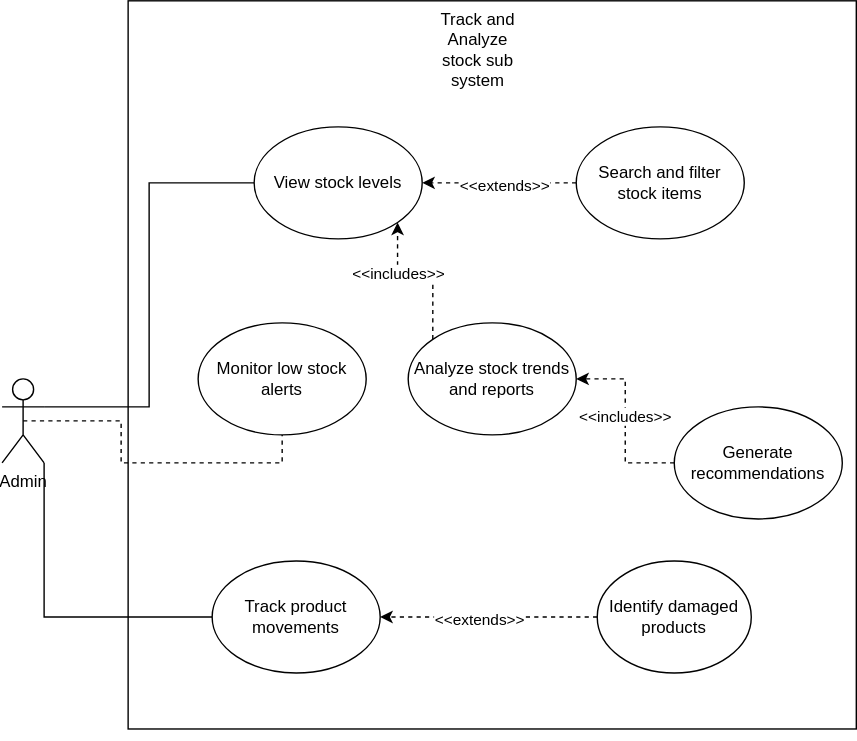
Simamkele88/IFM3_GP keeps this draw.io diagram as usecase.svg. Above is the earlier version. Source tidied: cells renumbered, new cells last; positions are measured from the earlier drawing's top-left corner, leaving out a move shared by most shapes.
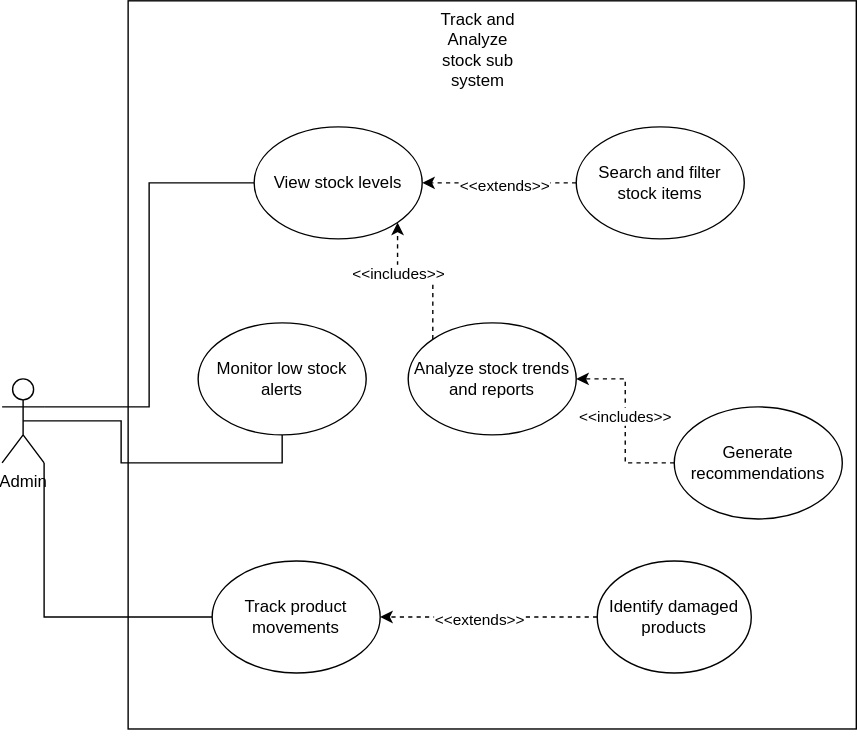
After the commit.

The edit, as a diff of the source:
```diff
@@ -8,7 +8,7 @@
     <mxCell id="3" style="edgeStyle=orthogonalEdgeStyle;rounded=0;jettySize=auto;html=1;exitX=1;exitY=0.3333333333333333;exitDx=0;exitDy=0;exitPerimeter=0;entryX=0;entryY=0.5;entryDx=0;entryDy=0;endArrow=none;startFill=0;" parent="1" edge="1" source="5" target="6">
       <mxGeometry relative="1" as="geometry" />
     </mxCell>
-    <mxCell id="4" style="edgeStyle=orthogonalEdgeStyle;rounded=0;jettySize=auto;html=1;exitX=0.5;exitY=0.5;exitDx=0;exitDy=0;exitPerimeter=0;entryX=0.5;entryY=1;entryDx=0;entryDy=0;endArrow=none;startFill=0;dashed=1;" parent="1" edge="1" source="5" target="10">
+    <mxCell id="4" style="edgeStyle=orthogonalEdgeStyle;rounded=0;jettySize=auto;html=1;exitX=0.5;exitY=0.5;exitDx=0;exitDy=0;exitPerimeter=0;entryX=0.5;entryY=1;entryDx=0;entryDy=0;endArrow=none;startFill=0;" parent="1" edge="1" source="5" target="10">
       <mxGeometry relative="1" as="geometry" />
     </mxCell>
     <mxCell id="5" value="Admin" style="shape=umlActor;verticalLabelPosition=bottom;verticalAlign=top;html=1;outlineConnect=0;" parent="1" vertex="1">
```
